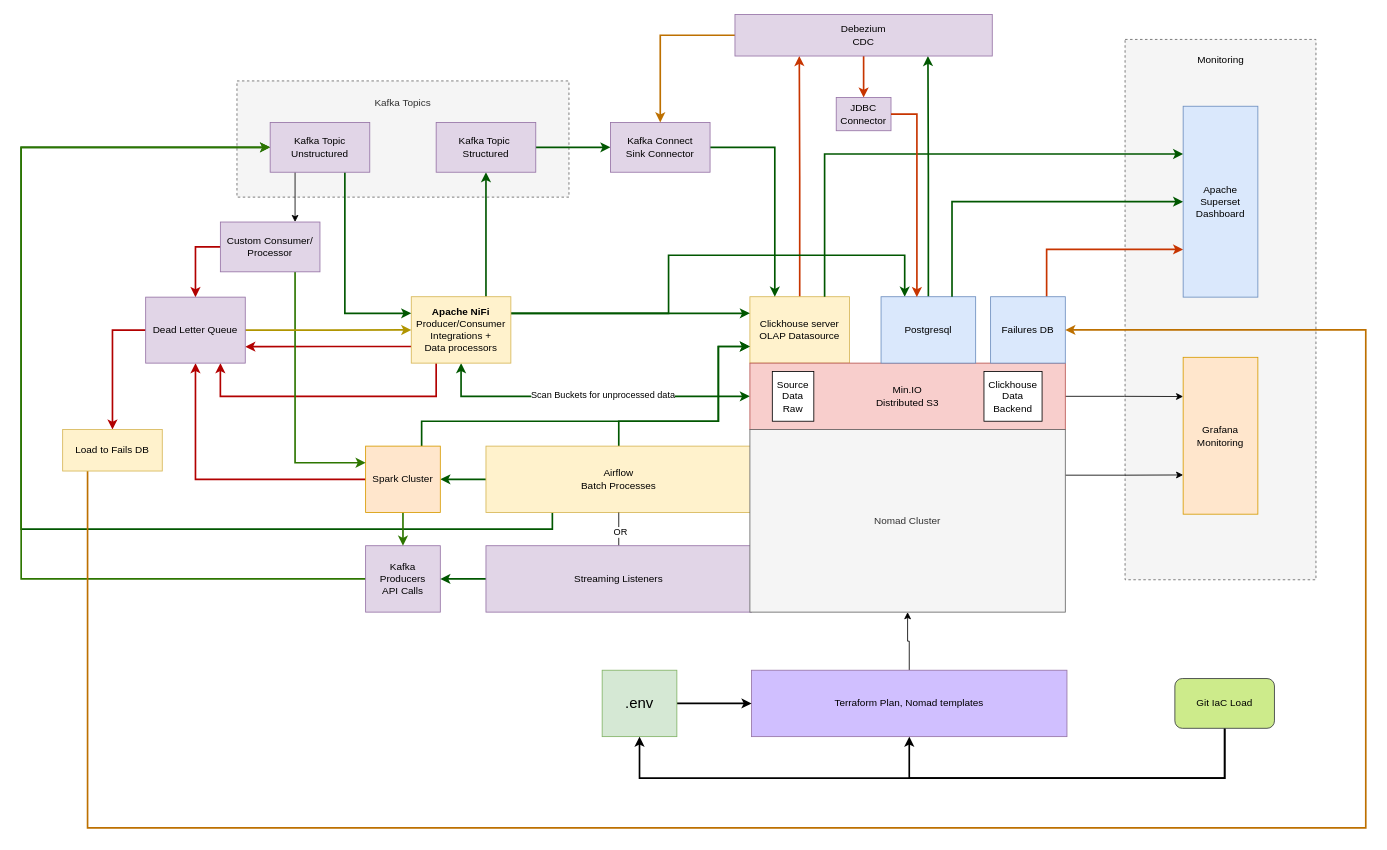
jackgray/spotlight keeps this draw.io diagram as architecture.drawio. Above is the earlier version. Source tidied: cells renumbered, new cells numbered last; positions are measured from the earlier drawing's top-left corner, leaving out a move shared by most shapes. Both pictures are drawn from the tidied source at 83%, with x=0, y=0 at pixel (21, 14).
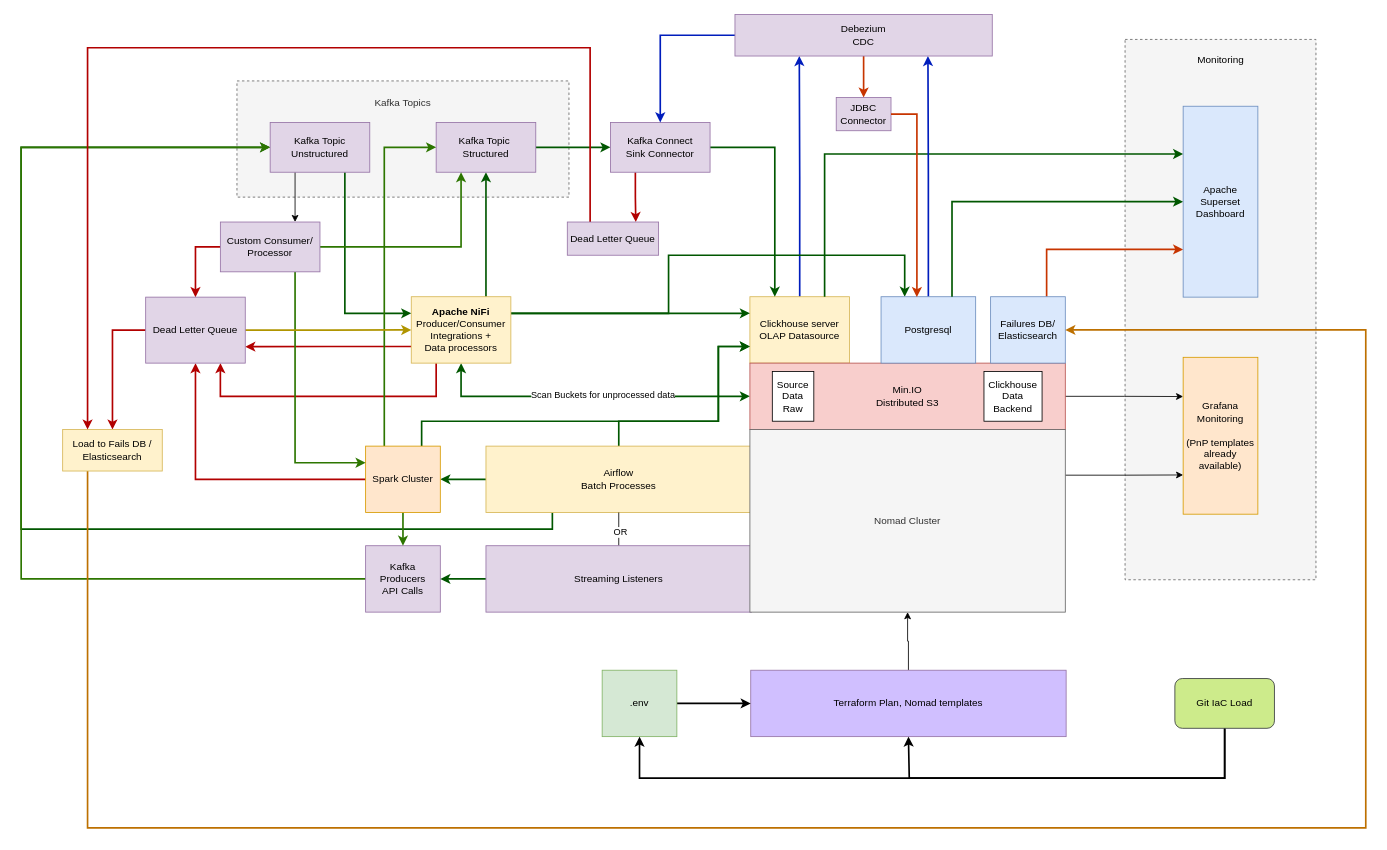
Above is the later version.

The change refers to these unchanged cells:
```xml
<mxCell id="5" value="Clickhouse server&lt;div&gt;OLAP Datasource&lt;/div&gt;" style="rounded=0;whiteSpace=wrap;html=1;fillColor=#fff2cc;strokeColor=#d6b656;" parent="1" vertex="1">
  <mxGeometry x="878" y="340" width="120" height="80" as="geometry" />
</mxCell>
<mxCell id="28" value="Kafka Topic&amp;nbsp;&lt;div&gt;Structured&lt;/div&gt;" style="rounded=0;whiteSpace=wrap;html=1;fillColor=#e1d5e7;strokeColor=#9673a6;" parent="1" vertex="1">
  <mxGeometry x="500" y="130" width="120" height="60" as="geometry" />
</mxCell>
<mxCell id="30" value="Kafka Connect&lt;div&gt;Sink Connector&lt;/div&gt;" style="rounded=0;whiteSpace=wrap;html=1;fillColor=#e1d5e7;strokeColor=#9673a6;" parent="1" vertex="1">
  <mxGeometry x="710" y="130" width="120" height="60" as="geometry" />
</mxCell>
<mxCell id="38" value="&lt;div&gt;Postgresql&lt;/div&gt;" style="rounded=0;whiteSpace=wrap;html=1;fillColor=#dae8fc;strokeColor=#6c8ebf;" parent="1" vertex="1">
  <mxGeometry x="1036" y="340" width="114" height="80" as="geometry" />
</mxCell>
<mxCell id="43" value="Spark Cluster" style="rounded=0;whiteSpace=wrap;html=1;fillColor=#ffe6cc;strokeColor=#d79b00;" parent="1" vertex="1">
  <mxGeometry x="415" y="520" width="90" height="80" as="geometry" />
</mxCell>
<mxCell id="48" value="Custom Consumer/&lt;div&gt;Processor&lt;/div&gt;" style="rounded=0;whiteSpace=wrap;html=1;fillColor=#e1d5e7;strokeColor=#9673a6;" parent="1" vertex="1">
  <mxGeometry x="240" y="250" width="120" height="60" as="geometry" />
</mxCell>
<mxCell id="61" value="Debezium&lt;div&gt;CDC&lt;/div&gt;" style="rounded=0;whiteSpace=wrap;html=1;fillColor=#e1d5e7;strokeColor=#9673a6;" parent="1" vertex="1">
  <mxGeometry x="860" width="310" height="50" as="geometry" />
</mxCell>
```

Diff of the diagram source:
```diff
@@
-    <mxCell id="4" style="edgeStyle=orthogonalEdgeStyle;rounded=0;jettySize=auto;html=1;exitX=0.5;exitY=0;exitDx=0;exitDy=0;entryX=0.25;entryY=1;entryDx=0;entryDy=0;fillColor=#fa6800;strokeColor=#C73500;strokeWidth=2;" parent="1" edge="1" source="5" target="61">
+    <mxCell id="4" style="edgeStyle=orthogonalEdgeStyle;rounded=0;jettySize=auto;html=1;exitX=0.5;exitY=0;exitDx=0;exitDy=0;entryX=0.25;entryY=1;entryDx=0;entryDy=0;fillColor=#0050ef;strokeColor=#001DBC;strokeWidth=2;" parent="1" edge="1" source="5" target="61">
       <mxGeometry relative="1" as="geometry" />
     </mxCell>
@@
+    <mxCell id="70" style="edgeStyle=orthogonalEdgeStyle;rounded=0;jettySize=auto;html=1;exitX=0.25;exitY=1;exitDx=0;exitDy=0;entryX=0.75;entryY=0;entryDx=0;entryDy=0;fillColor=#e51400;strokeColor=#B20000;strokeWidth=2;" parent="1" edge="1" source="30" target="74">
+      <mxGeometry relative="1" as="geometry" />
+    </mxCell>
@@
-    <mxCell id="37" style="edgeStyle=orthogonalEdgeStyle;rounded=0;jettySize=auto;html=1;exitX=0.5;exitY=0;exitDx=0;exitDy=0;entryX=0.75;entryY=1;entryDx=0;entryDy=0;fillColor=#008a00;strokeColor=#005700;strokeWidth=2;" parent="1" edge="1" source="38" target="61">
+    <mxCell id="37" style="edgeStyle=orthogonalEdgeStyle;rounded=0;jettySize=auto;html=1;exitX=0.5;exitY=0;exitDx=0;exitDy=0;entryX=0.75;entryY=1;entryDx=0;entryDy=0;fillColor=#0050ef;strokeColor=#001DBC;strokeWidth=2;" parent="1" edge="1" source="38" target="61">
       <mxGeometry relative="1" as="geometry" />
     </mxCell>
@@
+    <mxCell id="71" style="edgeStyle=orthogonalEdgeStyle;rounded=0;jettySize=auto;html=1;exitX=0.25;exitY=0;exitDx=0;exitDy=0;entryX=0;entryY=0.5;entryDx=0;entryDy=0;fillColor=#60a917;strokeColor=#2D7600;strokeWidth=2;" parent="1" edge="1" source="43" target="28">
+      <mxGeometry relative="1" as="geometry" />
+    </mxCell>
@@
     <mxCell id="45" value="Terraform Plan, Nomad templates" style="rounded=0;whiteSpace=wrap;html=1;fillColor=#D0BFFF;strokeColor=#9673a6;" parent="1" vertex="1">
-      <mxGeometry x="880" y="790" width="380" height="80" as="geometry" />
+      <mxGeometry x="879" y="790" width="380" height="80" as="geometry" />
     </mxCell>
@@
+    <mxCell id="72" style="edgeStyle=orthogonalEdgeStyle;rounded=0;jettySize=auto;html=1;exitX=1;exitY=0.5;exitDx=0;exitDy=0;entryX=0.25;entryY=1;entryDx=0;entryDy=0;strokeWidth=2;fillColor=#60a917;strokeColor=#2D7600;" parent="1" edge="1" source="48" target="28">
+      <mxGeometry relative="1" as="geometry" />
+    </mxCell>
@@
-    <mxCell id="52" value="Grafana Monitoring" style="rounded=0;whiteSpace=wrap;html=1;fillColor=#ffe6cc;strokeColor=#d79b00;" parent="1" vertex="1">
+    <mxCell id="52" value="Grafana Monitoring&lt;div&gt;&lt;br&gt;&lt;/div&gt;&lt;div&gt;(PnP templates already available)&lt;/div&gt;" style="rounded=0;whiteSpace=wrap;html=1;fillColor=#ffe6cc;strokeColor=#d79b00;" parent="1" vertex="1">
       <mxGeometry x="1400" y="413" width="90" height="189" as="geometry" />
     </mxCell>
@@
-    <mxCell id="54" value="&lt;font style=&quot;font-size: 18px;&quot;&gt;.env&lt;/font&gt;" style="rounded=0;whiteSpace=wrap;html=1;fillColor=#d5e8d4;strokeColor=#82b366;" parent="1" vertex="1">
+    <mxCell id="54" value="&lt;font style=&quot;font-size: 12px;&quot;&gt;.env&lt;/font&gt;" style="rounded=0;whiteSpace=wrap;html=1;fillColor=#d5e8d4;strokeColor=#82b366;" parent="1" vertex="1">
       <mxGeometry x="700" y="790" width="90" height="80" as="geometry" />
     </mxCell>
@@
-    <mxCell id="56" value="&lt;div&gt;Failures DB&lt;/div&gt;" style="rounded=0;whiteSpace=wrap;html=1;fillColor=#dae8fc;strokeColor=#6c8ebf;" parent="1" vertex="1">
+    <mxCell id="56" value="&lt;div&gt;Failures DB/&lt;/div&gt;&lt;div&gt;Elasticsearch&lt;/div&gt;" style="rounded=0;whiteSpace=wrap;html=1;fillColor=#dae8fc;strokeColor=#6c8ebf;" parent="1" vertex="1">
       <mxGeometry x="1168" y="340" width="90" height="80" as="geometry" />
     </mxCell>
@@
-    <mxCell id="58" value="Load to Fails DB" style="rounded=0;whiteSpace=wrap;html=1;fillColor=#fff2cc;strokeColor=#d6b656;" parent="1" vertex="1">
+    <mxCell id="58" value="Load to Fails DB /&lt;div&gt;Elasticsearch&lt;/div&gt;" style="rounded=0;whiteSpace=wrap;html=1;fillColor=#fff2cc;strokeColor=#d6b656;" parent="1" vertex="1">
       <mxGeometry x="50" y="500" width="120" height="50" as="geometry" />
     </mxCell>
-    <mxCell id="59" style="edgeStyle=orthogonalEdgeStyle;rounded=0;jettySize=auto;html=1;exitX=0;exitY=0.5;exitDx=0;exitDy=0;entryX=0.5;entryY=0;entryDx=0;entryDy=0;fillColor=#f0a30a;strokeColor=#BD7000;strokeWidth=2;" parent="1" edge="1" source="61" target="30">
+    <mxCell id="59" style="edgeStyle=orthogonalEdgeStyle;rounded=0;jettySize=auto;html=1;exitX=0;exitY=0.5;exitDx=0;exitDy=0;entryX=0.5;entryY=0;entryDx=0;entryDy=0;fillColor=#0050ef;strokeColor=#001DBC;strokeWidth=2;" parent="1" edge="1" source="61" target="30">
       <mxGeometry relative="1" as="geometry">
         <Array as="points">
           <mxPoint x="770" y="25" />
         </Array>
       </mxGeometry>
     </mxCell>
@@
+    <mxCell id="73" style="edgeStyle=orthogonalEdgeStyle;rounded=0;jettySize=auto;html=1;exitX=0.25;exitY=0;exitDx=0;exitDy=0;entryX=0.25;entryY=0;entryDx=0;entryDy=0;fillColor=#e51400;strokeColor=#B20000;strokeWidth=2;" parent="1" edge="1" source="74" target="58">
+      <mxGeometry relative="1" as="geometry">
+        <Array as="points">
+          <mxPoint x="686" y="40" />
+          <mxPoint x="80" y="40" />
+        </Array>
+      </mxGeometry>
+    </mxCell>
+    <mxCell id="74" value="Dead Letter Queue" style="rounded=0;whiteSpace=wrap;html=1;fillColor=#e1d5e7;strokeColor=#9673a6;" parent="1" vertex="1">
+      <mxGeometry x="658" y="250" width="110" height="40" as="geometry" />
+    </mxCell>
```
